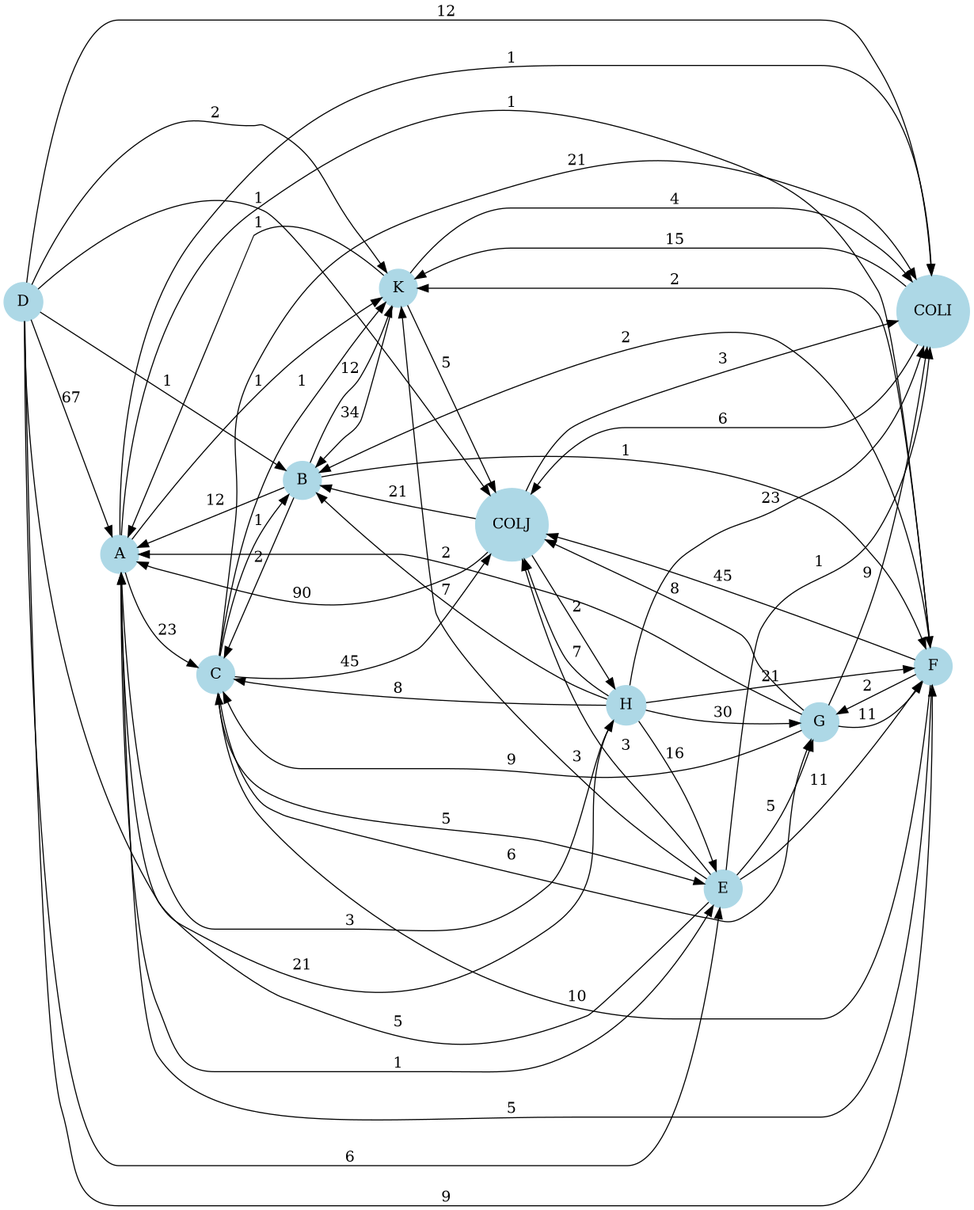
The Graphviz diagram Proyecto 1 - Branch Emi/Reports/grafo.png in vivivar/Proyecto-IO, before a commit. Its source is kept beside it as Proyecto 1 - Branch Emi/Reports/grafo.dot.
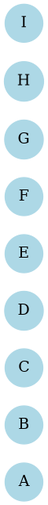
After the change.

Diff of the diagram source:
```diff
@@ -9,65 +9,5 @@
   "F";
   "G";
   "H";
-  "COLI";
-  "COLJ";
-  "K";
-  "A" -> "C" [label="23"];
-  "A" -> "E" [label="1"];
-  "A" -> "F" [label="1"];
-  "A" -> "COLI" [label="1"];
-  "A" -> "K" [label="1"];
-  "B" -> "A" [label="12"];
-  "B" -> "C" [label="2"];
-  "B" -> "F" [label="1"];
-  "B" -> "K" [label="12"];
-  "C" -> "B" [label="1"];
-  "C" -> "E" [label="5"];
-  "C" -> "G" [label="6"];
-  "C" -> "COLI" [label="21"];
-  "C" -> "COLJ" [label="45"];
-  "C" -> "K" [label="1"];
-  "D" -> "A" [label="67"];
-  "D" -> "B" [label="1"];
-  "D" -> "E" [label="6"];
-  "D" -> "F" [label="9"];
-  "D" -> "H" [label="21"];
-  "D" -> "COLI" [label="12"];
-  "D" -> "COLJ" [label="1"];
-  "D" -> "K" [label="2"];
-  "E" -> "A" [label="5"];
-  "E" -> "F" [label="11"];
-  "E" -> "G" [label="5"];
-  "E" -> "COLI" [label="1"];
-  "E" -> "COLJ" [label="3"];
-  "E" -> "K" [label="3"];
-  "F" -> "A" [label="5"];
-  "F" -> "B" [label="2"];
-  "F" -> "C" [label="10"];
-  "F" -> "G" [label="2"];
-  "F" -> "COLJ" [label="45"];
-  "F" -> "K" [label="2"];
-  "G" -> "A" [label="2"];
-  "G" -> "C" [label="9"];
-  "G" -> "F" [label="11"];
-  "G" -> "COLI" [label="9"];
-  "G" -> "COLJ" [label="8"];
-  "H" -> "A" [label="3"];
-  "H" -> "B" [label="7"];
-  "H" -> "C" [label="8"];
-  "H" -> "E" [label="16"];
-  "H" -> "F" [label="21"];
-  "H" -> "G" [label="30"];
-  "H" -> "COLI" [label="23"];
-  "H" -> "COLJ" [label="7"];
-  "COLI" -> "COLJ" [label="6"];
-  "COLI" -> "K" [label="15"];
-  "COLJ" -> "A" [label="90"];
-  "COLJ" -> "B" [label="21"];
-  "COLJ" -> "H" [label="2"];
-  "COLJ" -> "COLI" [label="3"];
-  "K" -> "A" [label="1"];
-  "K" -> "B" [label="34"];
-  "K" -> "COLI" [label="4"];
-  "K" -> "COLJ" [label="5"];
+  "I";
 }
```
